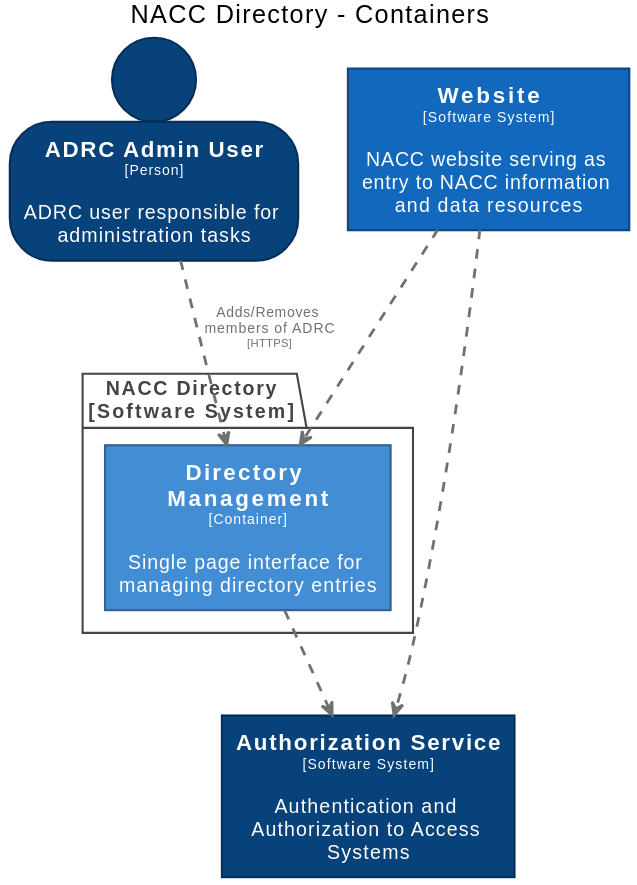
Before: docs/images/structurizr-DirectoryContainers.svg, a diagram exported from PlantUML (naccdata/system-design).
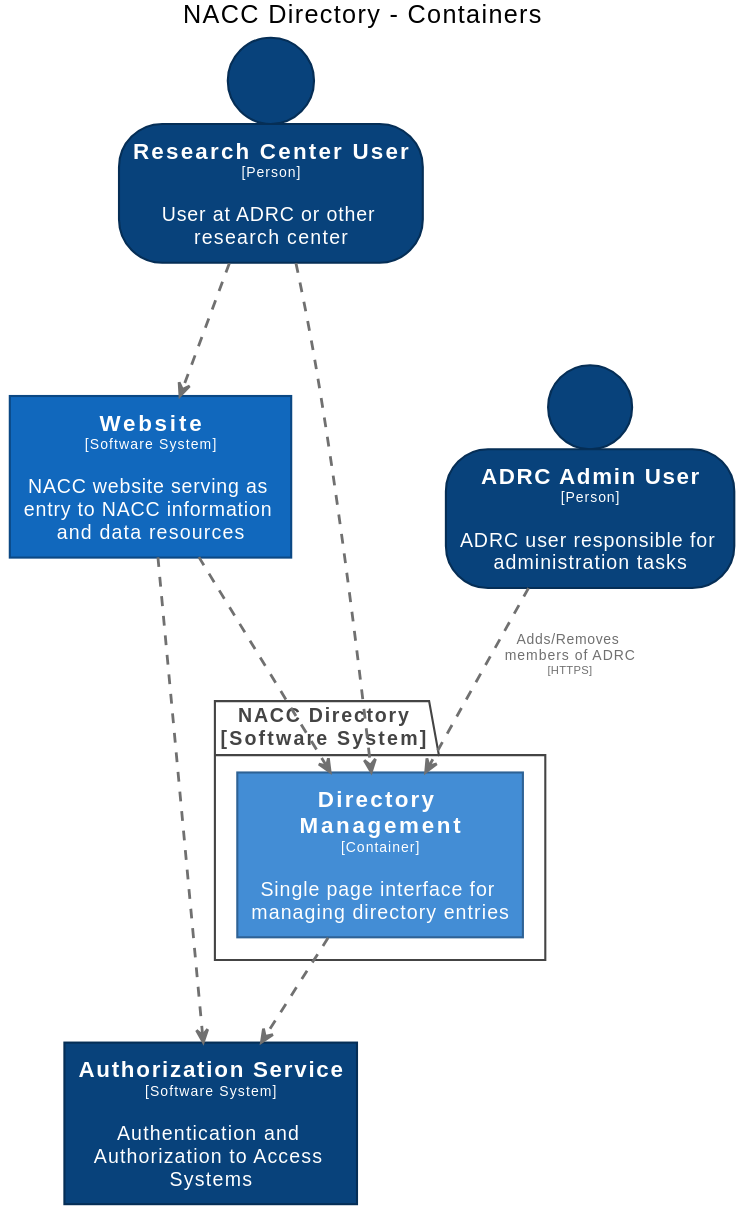
Above is the later version.

Change to the diagram source:
```diff
@@ -28,15 +28,21 @@
   FontColor #ffffff
   BorderColor #2e6295
 }
+skinparam person<<ResearchCenterUser>> {
+  BackgroundColor #08427b
+  FontColor #ffffff
+  BorderColor #052e56
+}
 skinparam rectangle<<Website>> {
   BackgroundColor #1168bd
   FontColor #ffffff
   BorderColor #0b4884
 }
 
-person "==ADRC Admin User\n<size:10>[Person]</size>\n\nADRC user responsible for administration tasks" <<ADRCAdminUser>> as ADRCAdminUser
 rectangle "==Authorization Service\n<size:10>[Software System]</size>\n\nAuthentication and Authorization to Access Systems" <<AuthorizationService>> as AuthorizationService
 rectangle "==Website\n<size:10>[Software System]</size>\n\nNACC website serving as entry to NACC information and data resources" <<Website>> as Website
+person "==Research Center User\n<size:10>[Person]</size>\n\nUser at ADRC or other research center" <<ResearchCenterUser>> as ResearchCenterUser
+person "==ADRC Admin User\n<size:10>[Person]</size>\n\nADRC user responsible for administration tasks" <<ADRCAdminUser>> as ADRCAdminUser
 
 package "NACC Directory\n[Software System]" <<NACCDirectory>> {
   skinparam PackageBorderColor<<NACCDirectory>> #444444
@@ -46,6 +52,8 @@
 }
 
 Website .[#707070,thickness=2].> NACCDirectory.DirectoryManagement : "<color:#707070>"
+ResearchCenterUser .[#707070,thickness=2].> Website : "<color:#707070>"
+ResearchCenterUser .[#707070,thickness=2].> NACCDirectory.DirectoryManagement : "<color:#707070>"
 ADRCAdminUser .[#707070,thickness=2].> NACCDirectory.DirectoryManagement : "<color:#707070>Adds/Removes members of ADRC\n<color:#707070><size:8>[HTTPS]</size>"
 NACCDirectory.DirectoryManagement .[#707070,thickness=2].> AuthorizationService : "<color:#707070>"
 Website .[#707070,thickness=2].> AuthorizationService : "<color:#707070>"
```
